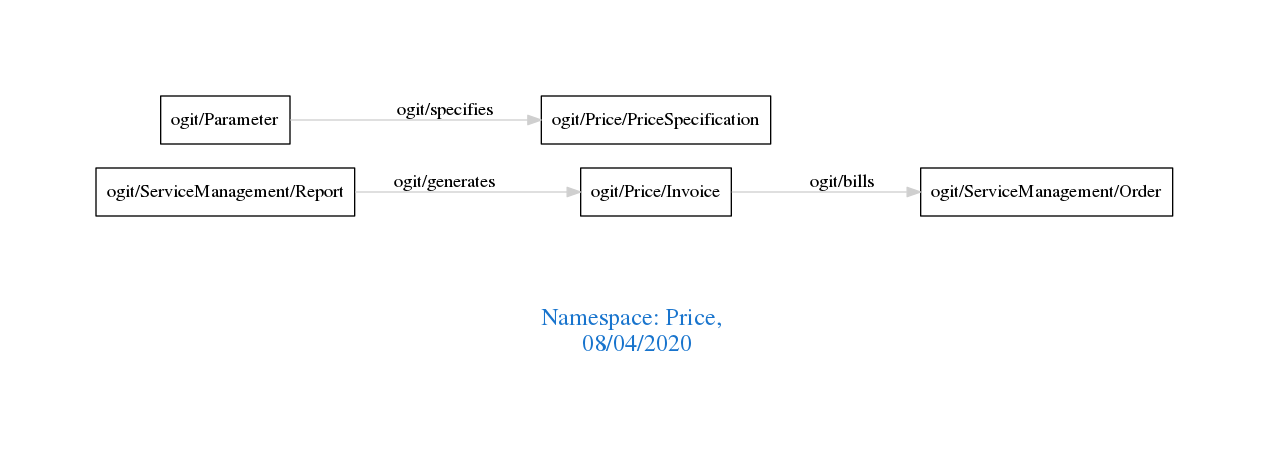
The Graphviz diagram downloads/Price.png in arago/OGIT, before a commit. Its source is kept beside it as downloads/Price.dot.
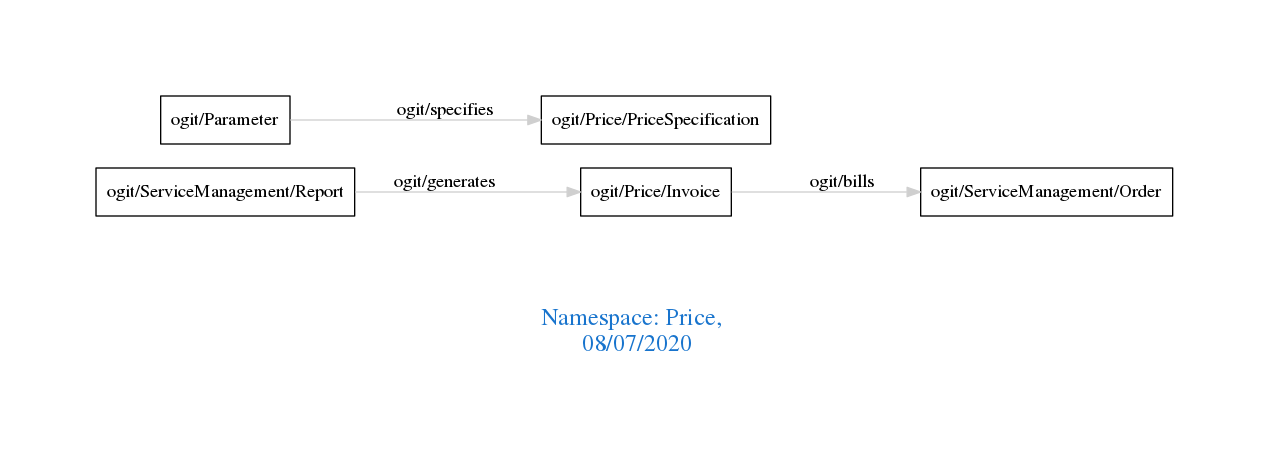
Above is the later version.

The edit, as a diff of the source:
```diff
@@ -1,7 +1,7 @@
 digraph OGIT_ontology {
  graph [ rankdir= LR,pad=1
 fontsize = 18,
-fontcolor= dodgerblue3,label = "\n\n\nNamespace: Price, \n 08/04/2020"];
+fontcolor= dodgerblue3,label = "\n\n\nNamespace: Price, \n 08/07/2020"];
 node[shape=polygon];
 edge [  color="gray81"];
 
```
